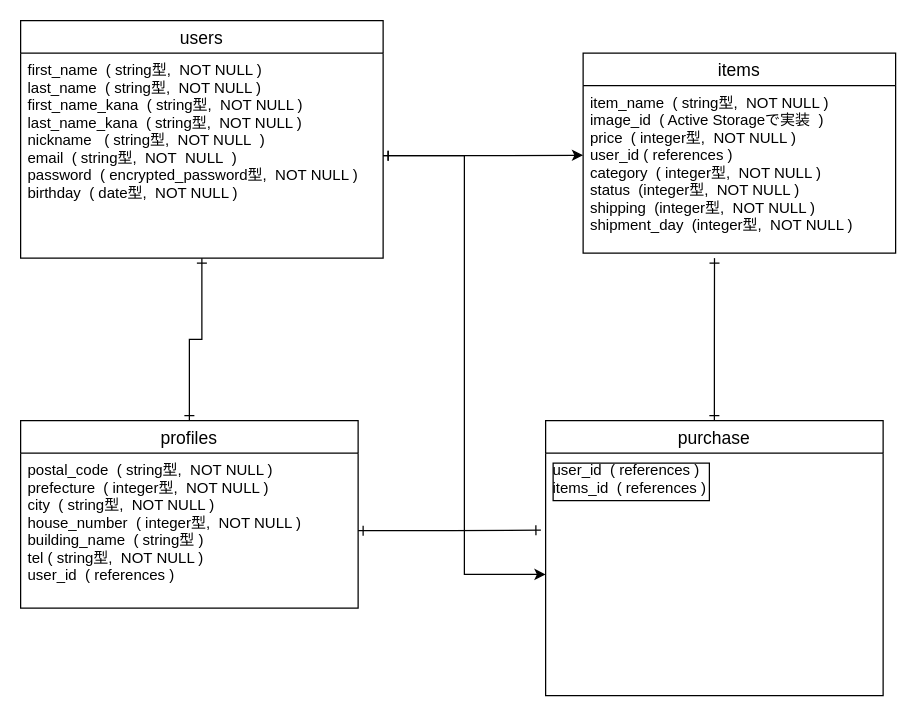
Before: config/furima.dio in kimiko-i/furima-31997, a draw.io diagram. Source tidied: cells renumbered, new cells numbered last; positions are measured from the earlier drawing's top-left corner, leaving out a move shared by most shapes. Both pictures are drawn from the tidied source at 125%, with x=0, y=0 at pixel (20, 20).
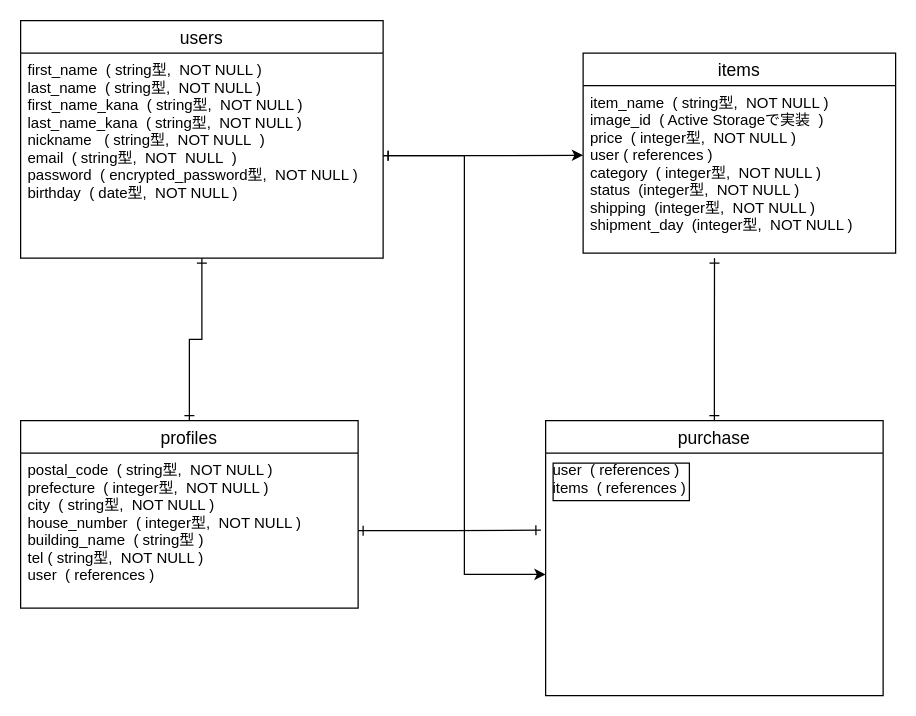
Above is the later version.

Diff of the diagram source:
```diff
@@
 <mxGraphModel>
   <root>
     <mxCell id="0" />
     <mxCell id="1" parent="0" />
     <mxCell id="2" style="edgeStyle=orthogonalEdgeStyle;rounded=0;jettySize=auto;html=1;entryX=0.5;entryY=0;entryDx=0;entryDy=0;endArrow=ERone;endFill=0;startArrow=ERone;startFill=0;" parent="1" edge="1" source="3" target="5">
       <mxGeometry relative="1" as="geometry" />
     </mxCell>
     <mxCell id="3" value="users" style="swimlane;fontStyle=0;horizontal=1;startSize=26;align=center;fontSize=14;" parent="1" vertex="1">
       <mxGeometry width="290" height="190" as="geometry" />
     </mxCell>
     <mxCell id="4" value="first_name  ( string型,  NOT NULL )&#10;last_name  ( string型,  NOT NULL )&#10;first_name_kana  ( string型,  NOT NULL )&#10;last_name_kana  ( string型,  NOT NULL )&#10;nickname   ( string型,  NOT NULL  )&#10;email  ( string型,  NOT  NULL  )&#10;password  ( encrypted_password型,  NOT NULL )&#10;birthday  ( date型,  NOT NULL )&#10;&#10;" style="text;strokeColor=none;fillColor=none;spacingLeft=4;spacingRight=4;overflow=hidden;points=[[0,0.5],[1,0.5]];portConstraint=eastwest;fontSize=12;" parent="3" vertex="1">
       <mxGeometry y="26" width="290" height="164" as="geometry" />
     </mxCell>
     <mxCell id="5" value="profiles" style="swimlane;fontStyle=0;horizontal=1;startSize=26;align=center;fontSize=14;" parent="1" vertex="1">
       <mxGeometry y="320" width="270" height="150" as="geometry" />
     </mxCell>
-    <mxCell id="6" value="postal_code  ( string型,  NOT NULL )&#10;prefecture  ( integer型,  NOT NULL )&#10;city  ( string型,  NOT NULL )&#10;house_number  ( integer型,  NOT NULL )&#10;building_name  ( string型 )&#10;tel ( string型,  NOT NULL )&#10;user_id  ( references )" style="text;strokeColor=none;fillColor=none;spacingLeft=4;spacingRight=4;overflow=hidden;points=[[0,0.5],[1,0.5]];portConstraint=eastwest;fontSize=12;" parent="5" vertex="1">
+    <mxCell id="6" value="postal_code  ( string型,  NOT NULL )&#10;prefecture  ( integer型,  NOT NULL )&#10;city  ( string型,  NOT NULL )&#10;house_number  ( integer型,  NOT NULL )&#10;building_name  ( string型 )&#10;tel ( string型,  NOT NULL )&#10;user  ( references )" style="text;strokeColor=none;fillColor=none;spacingLeft=4;spacingRight=4;overflow=hidden;points=[[0,0.5],[1,0.5]];portConstraint=eastwest;fontSize=12;" parent="5" vertex="1">
       <mxGeometry y="26" width="270" height="124" as="geometry" />
     </mxCell>
     <mxCell id="7" style="edgeStyle=orthogonalEdgeStyle;rounded=0;jettySize=auto;html=1;exitX=1;exitY=0.5;exitDx=0;exitDy=0;startArrow=ERone;startFill=0;endArrow=classic;endFill=1;" parent="1" edge="1" source="4">
       <mxGeometry relative="1" as="geometry">
         <mxPoint x="450" y="107.7" as="targetPoint" />
       </mxGeometry>
     </mxCell>
     <mxCell id="8" style="edgeStyle=orthogonalEdgeStyle;rounded=0;jettySize=auto;html=1;exitX=0.5;exitY=0;exitDx=0;exitDy=0;startArrow=ERone;startFill=0;endArrow=ERone;endFill=0;fontColor=#f0f0f0;" parent="1" edge="1" source="9">
       <mxGeometry relative="1" as="geometry">
         <mxPoint x="555.1" y="190" as="targetPoint" />
       </mxGeometry>
     </mxCell>
     <mxCell id="9" value="purchase" style="swimlane;fontStyle=0;horizontal=1;startSize=26;align=center;fontSize=14;" parent="1" vertex="1">
       <mxGeometry x="420" y="320" width="270" height="220" as="geometry" />
     </mxCell>
-    <mxCell id="10" value="user_id  ( references )&#10;items_id  ( references )&#10;" style="text;strokeColor=none;fillColor=none;spacingLeft=4;spacingRight=4;overflow=hidden;points=[[0,0.5],[1,0.5]];portConstraint=eastwest;fontSize=12;labelBackgroundColor=none;verticalAlign=top;labelBorderColor=#000000;" parent="9" vertex="1">
+    <mxCell id="10" value="user  ( references )&#10;items  ( references )&#10;" style="text;strokeColor=none;fillColor=none;spacingLeft=4;spacingRight=4;overflow=hidden;points=[[0,0.5],[1,0.5]];portConstraint=eastwest;fontSize=12;labelBackgroundColor=none;verticalAlign=top;labelBorderColor=#000000;" parent="9" vertex="1">
       <mxGeometry y="26" width="270" height="194" as="geometry" />
     </mxCell>
     <mxCell id="11" style="edgeStyle=orthogonalEdgeStyle;rounded=0;jettySize=auto;html=1;startArrow=ERone;startFill=0;endArrow=classic;endFill=1;fontColor=#f0f0f0;" parent="1" edge="1" source="4" target="10">
       <mxGeometry relative="1" as="geometry" />
     </mxCell>
     <mxCell id="12" style="edgeStyle=orthogonalEdgeStyle;rounded=0;jettySize=auto;html=1;exitX=1;exitY=0.5;exitDx=0;exitDy=0;entryX=-0.014;entryY=0.318;entryDx=0;entryDy=0;entryPerimeter=0;startArrow=ERone;startFill=0;endArrow=ERone;endFill=0;fontColor=#f0f0f0;" parent="1" edge="1" source="6" target="10">
       <mxGeometry relative="1" as="geometry" />
     </mxCell>
     <mxCell id="13" value="items" style="swimlane;fontStyle=0;horizontal=1;startSize=26;align=center;fontSize=14;" parent="1" vertex="1">
       <mxGeometry x="450" y="26" width="250" height="160" as="geometry" />
     </mxCell>
-    <mxCell id="14" value="item_name  ( string型,  NOT NULL )&#10;image_id  ( Active Storageで実装  )&#10;price  ( integer型,  NOT NULL )&#10;user_id ( references )&#10;category  ( integer型,  NOT NULL )&#10;status  (integer型,  NOT NULL )&#10;shipping  (integer型,  NOT NULL )&#10;shipment_day  (integer型,  NOT NULL )&#10;" style="text;strokeColor=none;fillColor=none;spacingLeft=4;spacingRight=4;overflow=hidden;fontSize=12;" parent="13" vertex="1">
+    <mxCell id="14" value="item_name  ( string型,  NOT NULL )&#10;image_id  ( Active Storageで実装  )&#10;price  ( integer型,  NOT NULL )&#10;user ( references )&#10;category  ( integer型,  NOT NULL )&#10;status  (integer型,  NOT NULL )&#10;shipping  (integer型,  NOT NULL )&#10;shipment_day  (integer型,  NOT NULL )&#10;" style="text;strokeColor=none;fillColor=none;spacingLeft=4;spacingRight=4;overflow=hidden;fontSize=12;" parent="13" vertex="1">
       <mxGeometry y="26" width="250" height="134" as="geometry" />
     </mxCell>
   </root>
 </mxGraphModel>
```
